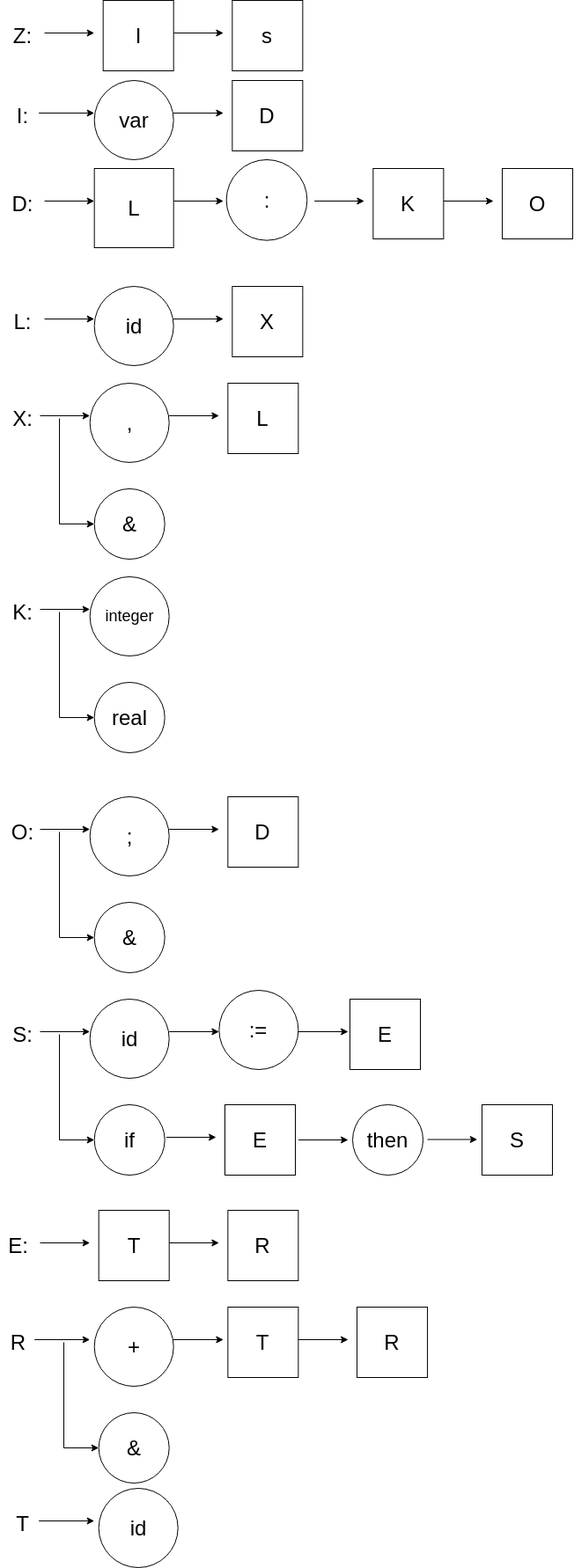
Above: grafosSintaticos.png in samuel4oliveira/compiladores-1 (draw.io), before the change. Source tidied: cells renumbered, new cells last; positions are measured from the earlier drawing's top-left corner, leaving out a move shared by most shapes.
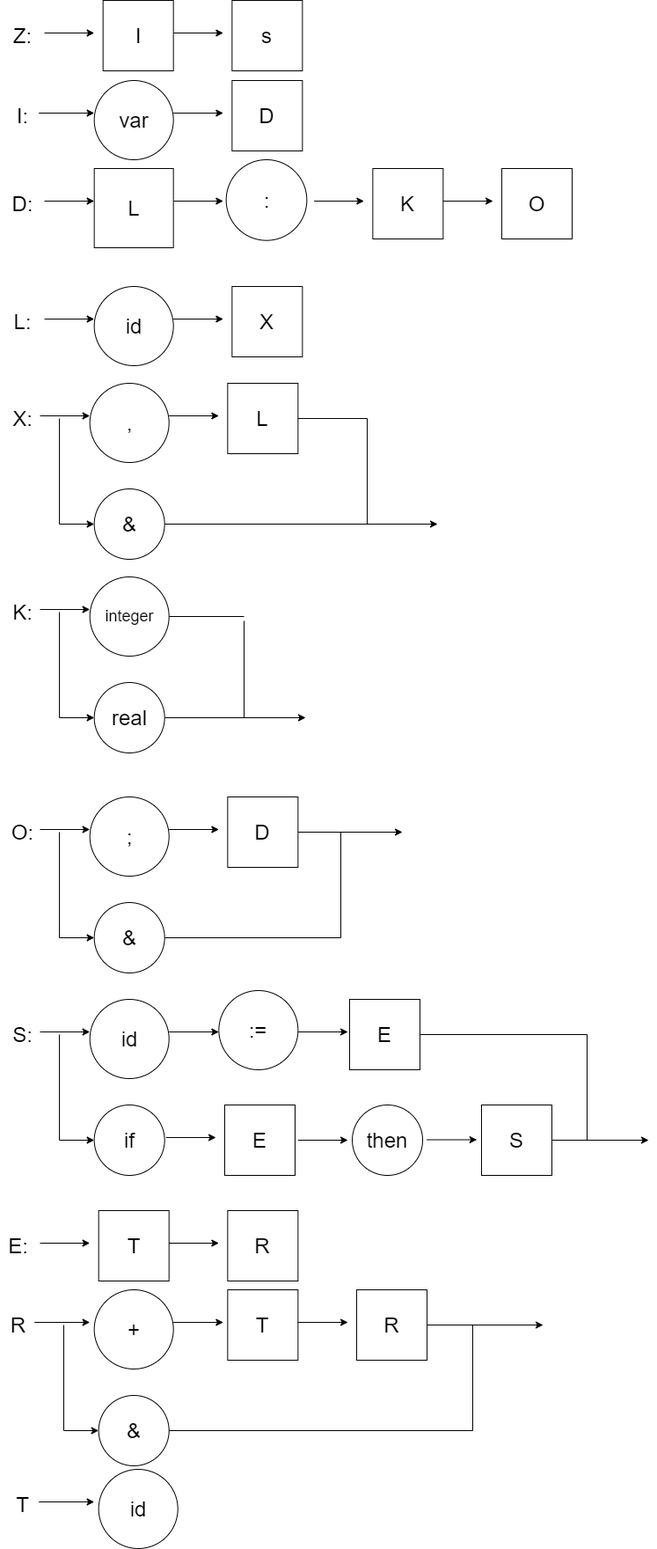
Above is the later version.

Commit message:
FIX - Grafos Sintáticos

The edit, as a diff of the source:
```diff
@@ -277,58 +277,59 @@
       <mxGeometry x="258.4" y="1375" width="80" height="80" as="geometry" />
     </mxCell>
     <mxCell id="67" value="&lt;font style=&quot;font-size: 24px&quot;&gt;R&lt;/font&gt;" style="text;html=1;align=center;verticalAlign=middle;points=[];" parent="1" vertex="1">
-      <mxGeometry x="4.7" y="1515" width="30" height="20" as="geometry" />
+      <mxGeometry x="4.7" y="1495" width="30" height="20" as="geometry" />
     </mxCell>
     <mxCell id="68" style="endArrow=classic;html=1;exitX=1.133;exitY=0.35;exitDx=0;exitDy=0;exitPerimeter=0;" parent="1" edge="1" source="67">
       <mxGeometry relative="1" as="geometry">
-        <mxPoint x="101.7" y="1522" as="targetPoint" />
+        <mxPoint x="101.7" y="1502" as="targetPoint" />
       </mxGeometry>
     </mxCell>
     <mxCell id="69" value="&lt;font style=&quot;font-size: 24px&quot;&gt;T&lt;/font&gt;" style="whiteSpace=wrap;html=1;" parent="1" vertex="1">
-      <mxGeometry x="258.4" y="1485" width="80" height="80" as="geometry" />
+      <mxGeometry x="258.4" y="1465" width="80" height="80" as="geometry" />
     </mxCell>
     <mxCell id="70" style="endArrow=classic;html=1;exitX=1.133;exitY=0.35;exitDx=0;exitDy=0;exitPerimeter=0;" parent="1" edge="1">
       <mxGeometry relative="1" as="geometry">
-        <mxPoint x="338.4" y="1522" as="sourcePoint" />
-        <mxPoint x="395" y="1522" as="targetPoint" />
+        <mxPoint x="338.4" y="1502" as="sourcePoint" />
+        <mxPoint x="395" y="1502" as="targetPoint" />
       </mxGeometry>
     </mxCell>
     <mxCell id="71" value="&lt;font style=&quot;font-size: 24px&quot;&gt;R&lt;/font&gt;" style="whiteSpace=wrap;html=1;" parent="1" vertex="1">
-      <mxGeometry x="405" y="1485" width="80" height="80" as="geometry" />
+      <mxGeometry x="405" y="1465" width="80" height="80" as="geometry" />
     </mxCell>
     <mxCell id="72" style="endArrow=classic;html=1;exitX=1.133;exitY=0.35;exitDx=0;exitDy=0;exitPerimeter=0;" parent="1" edge="1">
       <mxGeometry relative="1" as="geometry">
-        <mxPoint x="196.7" y="1522" as="sourcePoint" />
-        <mxPoint x="253.4" y="1522" as="targetPoint" />
+        <mxPoint x="196.7" y="1502" as="sourcePoint" />
+        <mxPoint x="253.4" y="1502" as="targetPoint" />
       </mxGeometry>
     </mxCell>
     <mxCell id="73" value="&lt;font style=&quot;font-size: 24px&quot;&gt;+&lt;/font&gt;" style="ellipse;whiteSpace=wrap;html=1;" parent="1" vertex="1">
-      <mxGeometry x="106.7" y="1485" width="90" height="90" as="geometry" />
+      <mxGeometry x="106.7" y="1465" width="90" height="90" as="geometry" />
     </mxCell>
     <mxCell id="74" style="endArrow=none;html=1;" parent="1" edge="1">
       <mxGeometry relative="1" as="geometry">
-        <mxPoint x="72" y="1645" as="sourcePoint" />
-        <mxPoint x="72" y="1525" as="targetPoint" />
+        <mxPoint x="72" y="1625" as="sourcePoint" />
+        <mxPoint x="72" y="1505" as="targetPoint" />
       </mxGeometry>
     </mxCell>
     <mxCell id="75" value="&lt;font style=&quot;font-size: 24px&quot;&gt;&amp;amp;&lt;/font&gt;" style="ellipse;whiteSpace=wrap;html=1;" parent="1" vertex="1">
-      <mxGeometry x="111.7" y="1605" width="80" height="80" as="geometry" />
+      <mxGeometry x="111.7" y="1585" width="80" height="80" as="geometry" />
     </mxCell>
     <mxCell id="76" style="endArrow=classic;html=1;entryX=0;entryY=0.5;entryDx=0;entryDy=0;" parent="1" edge="1" target="75">
       <mxGeometry relative="1" as="geometry">
-        <mxPoint x="72" y="1645" as="sourcePoint" />
+        <mxPoint x="72" y="1625" as="sourcePoint" />
       </mxGeometry>
     </mxCell>
     <mxCell id="77" value="&lt;span style=&quot;font-size: 24px&quot;&gt;T&lt;/span&gt;" style="text;html=1;align=center;verticalAlign=middle;points=[];" parent="1" vertex="1">
-      <mxGeometry x="9.7" y="1721" width="30" height="20" as="geometry" />
+      <mxGeometry x="9.7" y="1699" width="30" height="20" as="geometry" />
     </mxCell>
-    <mxCell id="78" style="endArrow=classic;html=1;exitX=1.133;exitY=0.35;exitDx=0;exitDy=0;exitPerimeter=0;" parent="1" edge="1" source="77">
+    <mxCell id="78" style="endArrow=classic;html=1;exitX=1.133;exitY=0.35;exitDx=0;exitDy=0;exitPerimeter=0;" parent="1" edge="1">
       <mxGeometry relative="1" as="geometry">
-        <mxPoint x="106.7" y="1728" as="targetPoint" />
+        <mxPoint x="43.7" y="1706" as="sourcePoint" />
+        <mxPoint x="106.7" y="1706" as="targetPoint" />
       </mxGeometry>
     </mxCell>
     <mxCell id="79" value="&lt;font style=&quot;font-size: 24px&quot;&gt;id&lt;/font&gt;" style="ellipse;whiteSpace=wrap;html=1;" parent="1" vertex="1">
-      <mxGeometry x="111.7" y="1691" width="90" height="90" as="geometry" />
+      <mxGeometry x="111.7" y="1669" width="90" height="90" as="geometry" />
     </mxCell>
     <mxCell id="80" value="&lt;span style=&quot;font-size: 24px&quot;&gt;L:&lt;/span&gt;" style="text;html=1;align=center;verticalAlign=middle;points=[];" parent="1" vertex="1">
       <mxGeometry x="4.7" y="355" width="40" height="20" as="geometry" />
@@ -350,5 +351,87 @@
     <mxCell id="84" value="&lt;span style=&quot;font-size: 24px&quot;&gt;id&lt;/span&gt;" style="ellipse;whiteSpace=wrap;html=1;" parent="1" vertex="1">
       <mxGeometry x="106.7" y="325" width="90" height="90" as="geometry" />
     </mxCell>
+    <mxCell id="85" style="endArrow=classic;html=1;exitX=1;exitY=0.5;exitDx=0;exitDy=0;" parent="1" edge="1" source="30">
+      <mxGeometry relative="1" as="geometry">
+        <mxPoint x="497" y="595" as="targetPoint" />
+      </mxGeometry>
+    </mxCell>
+    <mxCell id="86" style="endArrow=none;html=1;exitX=1;exitY=0.5;exitDx=0;exitDy=0;" parent="1" edge="1" source="27">
+      <mxGeometry relative="1" as="geometry">
+        <mxPoint x="417" y="475" as="targetPoint" />
+      </mxGeometry>
+    </mxCell>
+    <mxCell id="87" style="endArrow=none;html=1;" parent="1" edge="1">
+      <mxGeometry relative="1" as="geometry">
+        <mxPoint x="417" y="595" as="sourcePoint" />
+        <mxPoint x="417" y="475" as="targetPoint" />
+      </mxGeometry>
+    </mxCell>
+    <mxCell id="88" style="endArrow=classic;html=1;" parent="1" edge="1">
+      <mxGeometry relative="1" as="geometry">
+        <mxPoint x="187" y="815" as="sourcePoint" />
+        <mxPoint x="347" y="815" as="targetPoint" />
+      </mxGeometry>
+    </mxCell>
+    <mxCell id="89" style="endArrow=none;html=1;exitX=1;exitY=0.5;exitDx=0;exitDy=0;" parent="1" edge="1" source="34">
+      <mxGeometry relative="1" as="geometry">
+        <mxPoint x="277" y="700" as="targetPoint" />
+      </mxGeometry>
+    </mxCell>
+    <mxCell id="90" style="endArrow=none;html=1;" parent="1" edge="1">
+      <mxGeometry relative="1" as="geometry">
+        <mxPoint x="277" y="705" as="sourcePoint" />
+        <mxPoint x="277" y="815" as="targetPoint" />
+      </mxGeometry>
+    </mxCell>
+    <mxCell id="91" style="endArrow=none;html=1;" parent="1" edge="1">
+      <mxGeometry relative="1" as="geometry">
+        <mxPoint x="187" y="1065" as="sourcePoint" />
+        <mxPoint x="387" y="1065" as="targetPoint" />
+      </mxGeometry>
+    </mxCell>
+    <mxCell id="92" style="endArrow=classic;html=1;exitX=1;exitY=0.5;exitDx=0;exitDy=0;" parent="1" edge="1" source="41">
+      <mxGeometry relative="1" as="geometry">
+        <mxPoint x="457" y="945" as="targetPoint" />
+      </mxGeometry>
+    </mxCell>
+    <mxCell id="93" style="endArrow=none;html=1;" parent="1" edge="1">
+      <mxGeometry relative="1" as="geometry">
+        <mxPoint x="387" y="1065" as="sourcePoint" />
+        <mxPoint x="387" y="945" as="targetPoint" />
+      </mxGeometry>
+    </mxCell>
+    <mxCell id="94" style="endArrow=none;html=1;exitX=1;exitY=0.5;exitDx=0;exitDy=0;" parent="1" edge="1" source="55">
+      <mxGeometry relative="1" as="geometry">
+        <mxPoint x="667" y="1175" as="targetPoint" />
+      </mxGeometry>
+    </mxCell>
+    <mxCell id="95" style="endArrow=classic;html=1;exitX=1;exitY=0.5;exitDx=0;exitDy=0;" parent="1" edge="1" source="61">
+      <mxGeometry relative="1" as="geometry">
+        <mxPoint x="737" y="1295" as="targetPoint" />
+      </mxGeometry>
+    </mxCell>
+    <mxCell id="96" style="endArrow=none;html=1;" parent="1" edge="1">
+      <mxGeometry relative="1" as="geometry">
+        <mxPoint x="667" y="1295" as="sourcePoint" />
+        <mxPoint x="667" y="1175" as="targetPoint" />
+      </mxGeometry>
+    </mxCell>
+    <mxCell id="97" style="endArrow=none;html=1;exitX=1;exitY=0.5;exitDx=0;exitDy=0;" parent="1" edge="1" source="75">
+      <mxGeometry relative="1" as="geometry">
+        <mxPoint x="537" y="1625" as="targetPoint" />
+      </mxGeometry>
+    </mxCell>
+    <mxCell id="98" style="endArrow=classic;html=1;exitX=1;exitY=0.5;exitDx=0;exitDy=0;" parent="1" edge="1" source="71">
+      <mxGeometry relative="1" as="geometry">
+        <mxPoint x="617" y="1505" as="targetPoint" />
+      </mxGeometry>
+    </mxCell>
+    <mxCell id="99" style="endArrow=none;html=1;" parent="1" edge="1">
+      <mxGeometry relative="1" as="geometry">
+        <mxPoint x="537" y="1625" as="sourcePoint" />
+        <mxPoint x="537" y="1505" as="targetPoint" />
+      </mxGeometry>
+    </mxCell>
   </root>
 </mxGraphModel>
```
